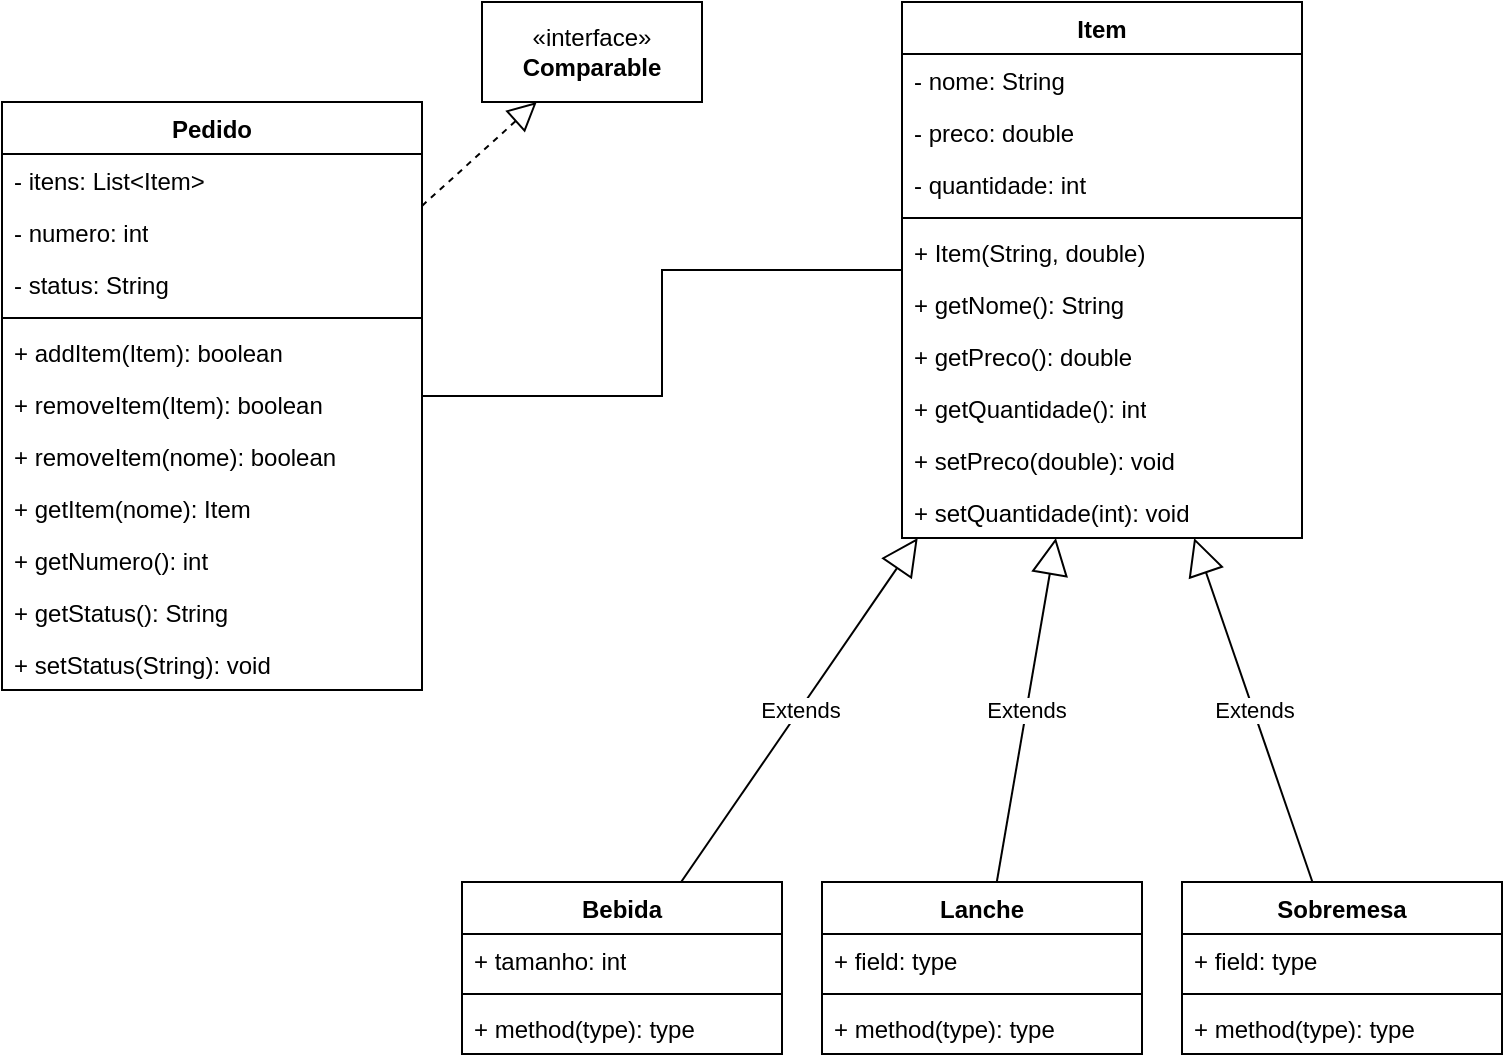
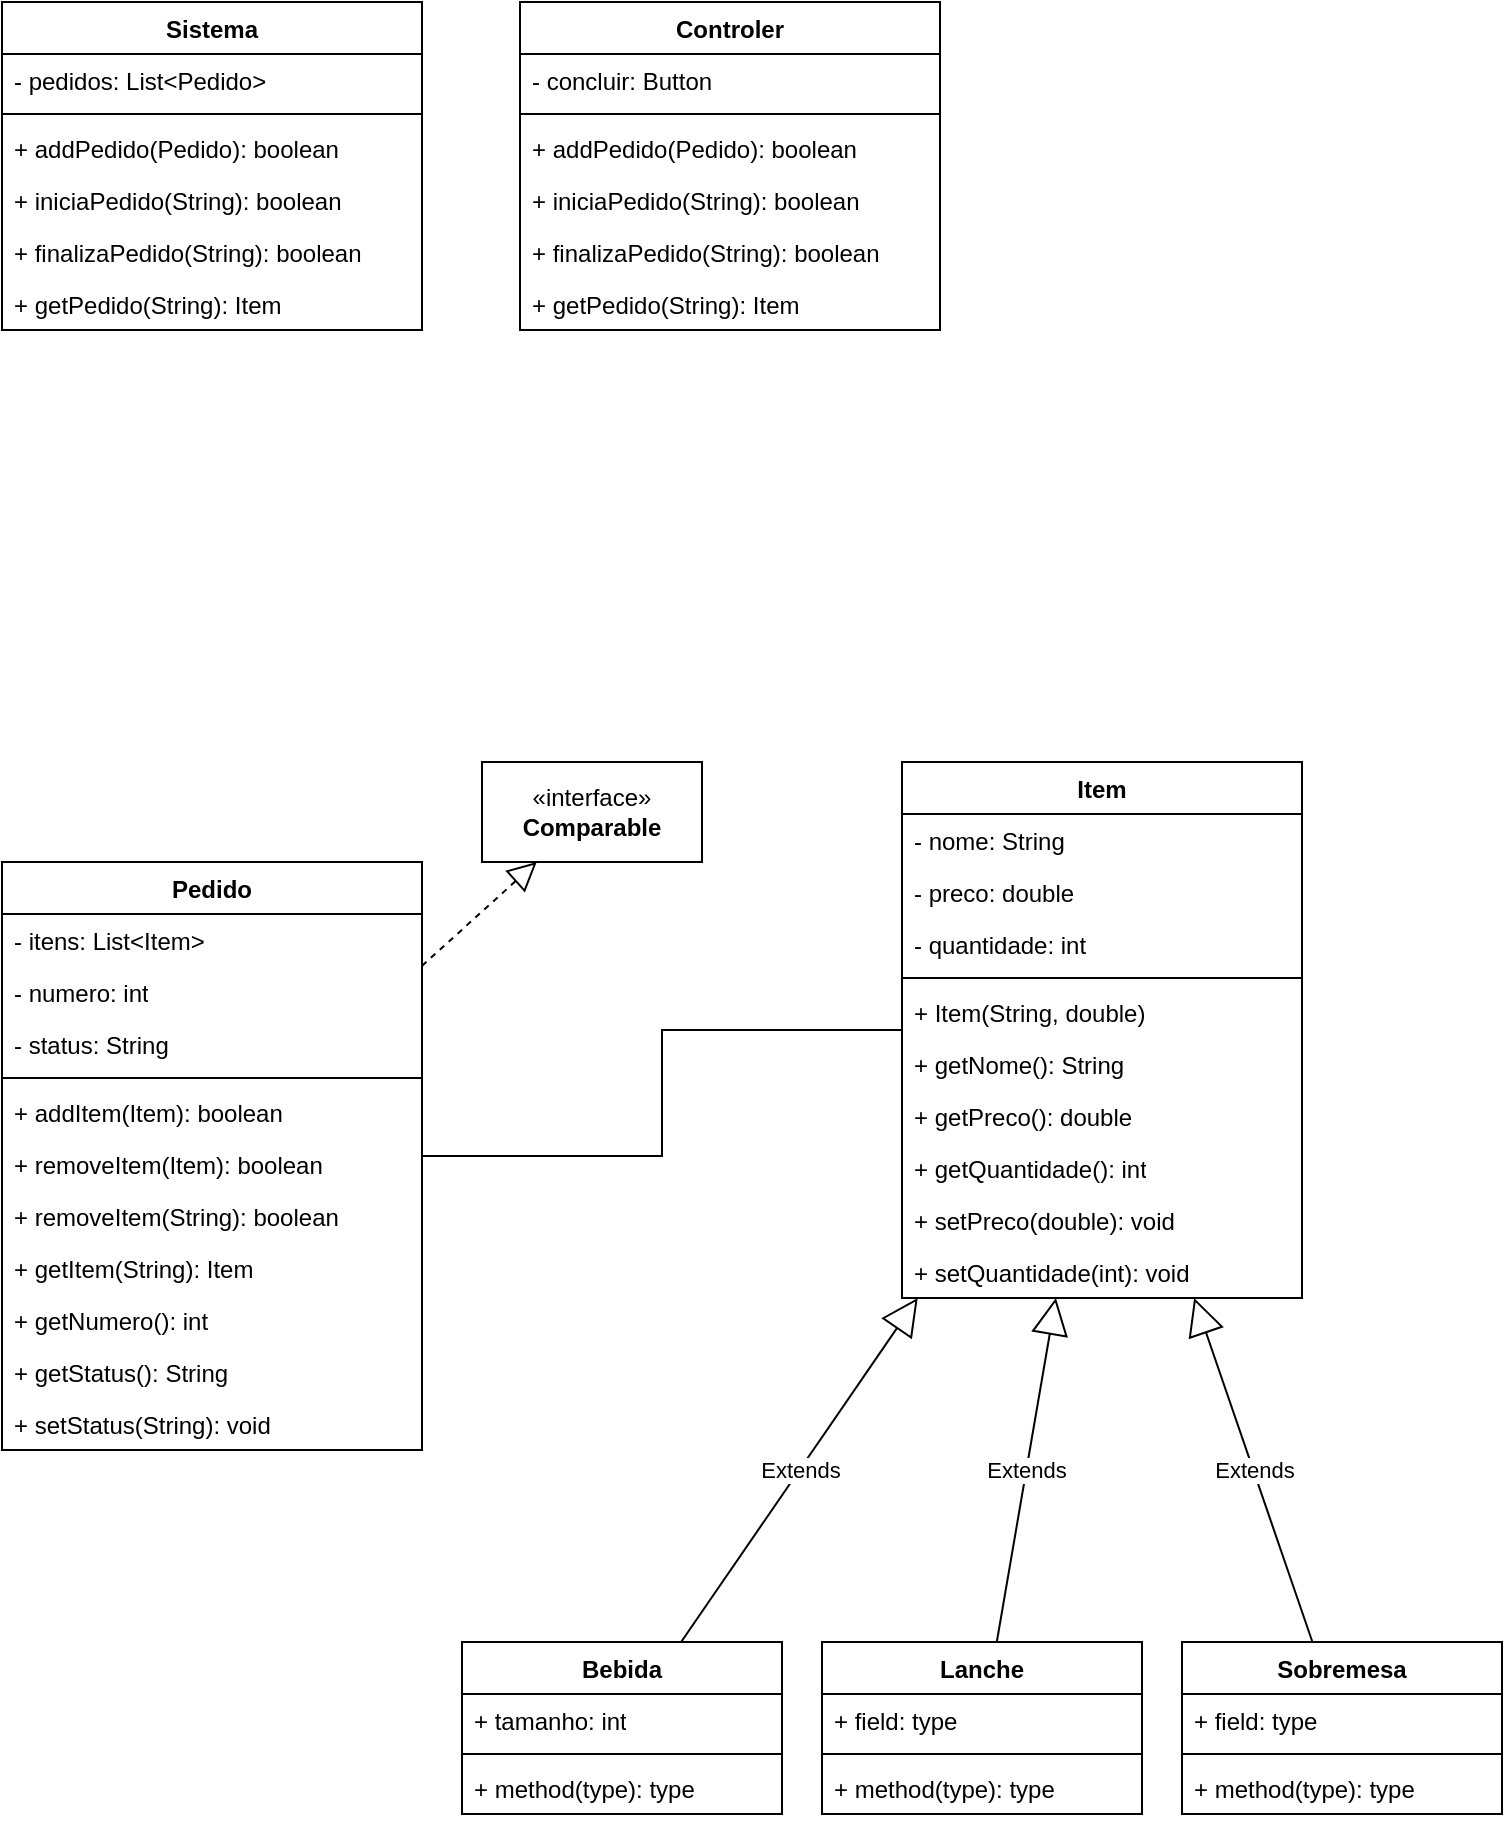
<mxfile host="app.diagrams.net">
-   <diagram name="Página-1" id="6h8v7PlQMFVB8LnnwhsX">
-     <mxGraphModel dx="1414" dy="751" grid="1" gridSize="10" guides="1" tooltips="1" connect="1" arrows="1" fold="1" page="1" pageScale="1" pageWidth="827" pageHeight="1169" math="0" shadow="0">
+   <diagram name="Página-1" id="jNs72yhXKcMqPKJzJHXG">
+     <mxGraphModel dx="1212" dy="1830" grid="1" gridSize="10" guides="1" tooltips="1" connect="1" arrows="1" fold="1" page="1" pageScale="1" pageWidth="827" pageHeight="1169" math="0" shadow="0">
      <root>
        <mxCell id="0" />
        <mxCell id="1" parent="0" />
-         <mxCell id="EIRSMwzCcxuB0PfBMhbI-1" parent="1" style="swimlane;fontStyle=1;align=center;verticalAlign=top;childLayout=stackLayout;horizontal=1;startSize=26;horizontalStack=0;resizeParent=1;resizeParentMax=0;resizeLast=0;collapsible=1;marginBottom=0;whiteSpace=wrap;html=1;" value="Item" vertex="1">
+         <mxCell id="DgY2wGzSjbsfSpBDB3IR-1" parent="1" style="swimlane;fontStyle=1;align=center;verticalAlign=top;childLayout=stackLayout;horizontal=1;startSize=26;horizontalStack=0;resizeParent=1;resizeParentMax=0;resizeLast=0;collapsible=1;marginBottom=0;whiteSpace=wrap;html=1;" value="Item" vertex="1">
          <mxGeometry height="268" width="200" x="500" y="30" as="geometry" />
        </mxCell>
-         <mxCell id="EIRSMwzCcxuB0PfBMhbI-30" parent="EIRSMwzCcxuB0PfBMhbI-1" style="text;strokeColor=none;fillColor=none;align=left;verticalAlign=top;spacingLeft=4;spacingRight=4;overflow=hidden;rotatable=0;points=[[0,0.5],[1,0.5]];portConstraint=eastwest;whiteSpace=wrap;html=1;" value="- nome: String" vertex="1">
+         <mxCell id="DgY2wGzSjbsfSpBDB3IR-2" parent="DgY2wGzSjbsfSpBDB3IR-1" style="text;strokeColor=none;fillColor=none;align=left;verticalAlign=top;spacingLeft=4;spacingRight=4;overflow=hidden;rotatable=0;points=[[0,0.5],[1,0.5]];portConstraint=eastwest;whiteSpace=wrap;html=1;" value="- nome: String" vertex="1">
          <mxGeometry height="26" width="200" y="26" as="geometry" />
        </mxCell>
-         <mxCell id="EIRSMwzCcxuB0PfBMhbI-2" parent="EIRSMwzCcxuB0PfBMhbI-1" style="text;strokeColor=none;fillColor=none;align=left;verticalAlign=top;spacingLeft=4;spacingRight=4;overflow=hidden;rotatable=0;points=[[0,0.5],[1,0.5]];portConstraint=eastwest;whiteSpace=wrap;html=1;" value="- preco: double" vertex="1">
+         <mxCell id="DgY2wGzSjbsfSpBDB3IR-3" parent="DgY2wGzSjbsfSpBDB3IR-1" style="text;strokeColor=none;fillColor=none;align=left;verticalAlign=top;spacingLeft=4;spacingRight=4;overflow=hidden;rotatable=0;points=[[0,0.5],[1,0.5]];portConstraint=eastwest;whiteSpace=wrap;html=1;" value="- preco: double" vertex="1">
          <mxGeometry height="26" width="200" y="52" as="geometry" />
        </mxCell>
-         <mxCell id="EIRSMwzCcxuB0PfBMhbI-29" parent="EIRSMwzCcxuB0PfBMhbI-1" style="text;strokeColor=none;fillColor=none;align=left;verticalAlign=top;spacingLeft=4;spacingRight=4;overflow=hidden;rotatable=0;points=[[0,0.5],[1,0.5]];portConstraint=eastwest;whiteSpace=wrap;html=1;" value="- quantidade: int" vertex="1">
+         <mxCell id="DgY2wGzSjbsfSpBDB3IR-4" parent="DgY2wGzSjbsfSpBDB3IR-1" style="text;strokeColor=none;fillColor=none;align=left;verticalAlign=top;spacingLeft=4;spacingRight=4;overflow=hidden;rotatable=0;points=[[0,0.5],[1,0.5]];portConstraint=eastwest;whiteSpace=wrap;html=1;" value="- quantidade: int" vertex="1">
          <mxGeometry height="26" width="200" y="78" as="geometry" />
        </mxCell>
-         <mxCell id="EIRSMwzCcxuB0PfBMhbI-3" parent="EIRSMwzCcxuB0PfBMhbI-1" style="line;strokeWidth=1;fillColor=none;align=left;verticalAlign=middle;spacingTop=-1;spacingLeft=3;spacingRight=3;rotatable=0;labelPosition=right;points=[];portConstraint=eastwest;strokeColor=inherit;" value="" vertex="1">
+         <mxCell id="DgY2wGzSjbsfSpBDB3IR-5" parent="DgY2wGzSjbsfSpBDB3IR-1" style="line;strokeWidth=1;fillColor=none;align=left;verticalAlign=middle;spacingTop=-1;spacingLeft=3;spacingRight=3;rotatable=0;labelPosition=right;points=[];portConstraint=eastwest;strokeColor=inherit;" value="" vertex="1">
          <mxGeometry height="8" width="200" y="104" as="geometry" />
        </mxCell>
-         <mxCell id="EIRSMwzCcxuB0PfBMhbI-39" parent="EIRSMwzCcxuB0PfBMhbI-1" style="text;strokeColor=none;fillColor=none;align=left;verticalAlign=top;spacingLeft=4;spacingRight=4;overflow=hidden;rotatable=0;points=[[0,0.5],[1,0.5]];portConstraint=eastwest;whiteSpace=wrap;html=1;" value="+ Item(String, double)" vertex="1">
+         <mxCell id="DgY2wGzSjbsfSpBDB3IR-6" parent="DgY2wGzSjbsfSpBDB3IR-1" style="text;strokeColor=none;fillColor=none;align=left;verticalAlign=top;spacingLeft=4;spacingRight=4;overflow=hidden;rotatable=0;points=[[0,0.5],[1,0.5]];portConstraint=eastwest;whiteSpace=wrap;html=1;" value="+ Item(String, double)" vertex="1">
          <mxGeometry height="26" width="200" y="112" as="geometry" />
        </mxCell>
-         <mxCell id="EIRSMwzCcxuB0PfBMhbI-4" parent="EIRSMwzCcxuB0PfBMhbI-1" style="text;strokeColor=none;fillColor=none;align=left;verticalAlign=top;spacingLeft=4;spacingRight=4;overflow=hidden;rotatable=0;points=[[0,0.5],[1,0.5]];portConstraint=eastwest;whiteSpace=wrap;html=1;" value="+ getNome(): String" vertex="1">
+         <mxCell id="DgY2wGzSjbsfSpBDB3IR-7" parent="DgY2wGzSjbsfSpBDB3IR-1" style="text;strokeColor=none;fillColor=none;align=left;verticalAlign=top;spacingLeft=4;spacingRight=4;overflow=hidden;rotatable=0;points=[[0,0.5],[1,0.5]];portConstraint=eastwest;whiteSpace=wrap;html=1;" value="+ getNome(): String" vertex="1">
          <mxGeometry height="26" width="200" y="138" as="geometry" />
        </mxCell>
-         <mxCell id="EIRSMwzCcxuB0PfBMhbI-40" parent="EIRSMwzCcxuB0PfBMhbI-1" style="text;strokeColor=none;fillColor=none;align=left;verticalAlign=top;spacingLeft=4;spacingRight=4;overflow=hidden;rotatable=0;points=[[0,0.5],[1,0.5]];portConstraint=eastwest;whiteSpace=wrap;html=1;" value="+ getPreco(): double" vertex="1">
+         <mxCell id="DgY2wGzSjbsfSpBDB3IR-8" parent="DgY2wGzSjbsfSpBDB3IR-1" style="text;strokeColor=none;fillColor=none;align=left;verticalAlign=top;spacingLeft=4;spacingRight=4;overflow=hidden;rotatable=0;points=[[0,0.5],[1,0.5]];portConstraint=eastwest;whiteSpace=wrap;html=1;" value="+ getPreco(): double" vertex="1">
          <mxGeometry height="26" width="200" y="164" as="geometry" />
        </mxCell>
-         <mxCell id="EIRSMwzCcxuB0PfBMhbI-41" parent="EIRSMwzCcxuB0PfBMhbI-1" style="text;strokeColor=none;fillColor=none;align=left;verticalAlign=top;spacingLeft=4;spacingRight=4;overflow=hidden;rotatable=0;points=[[0,0.5],[1,0.5]];portConstraint=eastwest;whiteSpace=wrap;html=1;" value="+ getQuantidade(): int" vertex="1">
+         <mxCell id="DgY2wGzSjbsfSpBDB3IR-9" parent="DgY2wGzSjbsfSpBDB3IR-1" style="text;strokeColor=none;fillColor=none;align=left;verticalAlign=top;spacingLeft=4;spacingRight=4;overflow=hidden;rotatable=0;points=[[0,0.5],[1,0.5]];portConstraint=eastwest;whiteSpace=wrap;html=1;" value="+ getQuantidade(): int" vertex="1">
          <mxGeometry height="26" width="200" y="190" as="geometry" />
        </mxCell>
-         <mxCell id="EIRSMwzCcxuB0PfBMhbI-42" parent="EIRSMwzCcxuB0PfBMhbI-1" style="text;strokeColor=none;fillColor=none;align=left;verticalAlign=top;spacingLeft=4;spacingRight=4;overflow=hidden;rotatable=0;points=[[0,0.5],[1,0.5]];portConstraint=eastwest;whiteSpace=wrap;html=1;" value="+ setPreco(double): void" vertex="1">
+         <mxCell id="DgY2wGzSjbsfSpBDB3IR-10" parent="DgY2wGzSjbsfSpBDB3IR-1" style="text;strokeColor=none;fillColor=none;align=left;verticalAlign=top;spacingLeft=4;spacingRight=4;overflow=hidden;rotatable=0;points=[[0,0.5],[1,0.5]];portConstraint=eastwest;whiteSpace=wrap;html=1;" value="+ setPreco(double): void" vertex="1">
          <mxGeometry height="26" width="200" y="216" as="geometry" />
        </mxCell>
-         <mxCell id="EIRSMwzCcxuB0PfBMhbI-43" parent="EIRSMwzCcxuB0PfBMhbI-1" style="text;strokeColor=none;fillColor=none;align=left;verticalAlign=top;spacingLeft=4;spacingRight=4;overflow=hidden;rotatable=0;points=[[0,0.5],[1,0.5]];portConstraint=eastwest;whiteSpace=wrap;html=1;" value="+ setQuantidade(int): void" vertex="1">
+         <mxCell id="DgY2wGzSjbsfSpBDB3IR-11" parent="DgY2wGzSjbsfSpBDB3IR-1" style="text;strokeColor=none;fillColor=none;align=left;verticalAlign=top;spacingLeft=4;spacingRight=4;overflow=hidden;rotatable=0;points=[[0,0.5],[1,0.5]];portConstraint=eastwest;whiteSpace=wrap;html=1;" value="+ setQuantidade(int): void" vertex="1">
          <mxGeometry height="26" width="200" y="242" as="geometry" />
        </mxCell>
-         <mxCell id="EIRSMwzCcxuB0PfBMhbI-5" parent="1" style="swimlane;fontStyle=1;align=center;verticalAlign=top;childLayout=stackLayout;horizontal=1;startSize=26;horizontalStack=0;resizeParent=1;resizeParentMax=0;resizeLast=0;collapsible=1;marginBottom=0;whiteSpace=wrap;html=1;" value="Pedido" vertex="1">
+         <mxCell id="DgY2wGzSjbsfSpBDB3IR-12" parent="1" style="swimlane;fontStyle=1;align=center;verticalAlign=top;childLayout=stackLayout;horizontal=1;startSize=26;horizontalStack=0;resizeParent=1;resizeParentMax=0;resizeLast=0;collapsible=1;marginBottom=0;whiteSpace=wrap;html=1;" value="Pedido" vertex="1">
          <mxGeometry height="294" width="210" x="50" y="80" as="geometry" />
        </mxCell>
-         <mxCell id="EIRSMwzCcxuB0PfBMhbI-6" parent="EIRSMwzCcxuB0PfBMhbI-5" style="text;strokeColor=none;fillColor=none;align=left;verticalAlign=top;spacingLeft=4;spacingRight=4;overflow=hidden;rotatable=0;points=[[0,0.5],[1,0.5]];portConstraint=eastwest;whiteSpace=wrap;html=1;" value="- itens: List&amp;lt;Item&amp;gt;" vertex="1">
+         <mxCell id="DgY2wGzSjbsfSpBDB3IR-13" parent="DgY2wGzSjbsfSpBDB3IR-12" style="text;strokeColor=none;fillColor=none;align=left;verticalAlign=top;spacingLeft=4;spacingRight=4;overflow=hidden;rotatable=0;points=[[0,0.5],[1,0.5]];portConstraint=eastwest;whiteSpace=wrap;html=1;" value="- itens: List&amp;lt;Item&amp;gt;" vertex="1">
          <mxGeometry height="26" width="210" y="26" as="geometry" />
        </mxCell>
-         <mxCell id="EIRSMwzCcxuB0PfBMhbI-12" parent="EIRSMwzCcxuB0PfBMhbI-5" style="text;strokeColor=none;fillColor=none;align=left;verticalAlign=top;spacingLeft=4;spacingRight=4;overflow=hidden;rotatable=0;points=[[0,0.5],[1,0.5]];portConstraint=eastwest;whiteSpace=wrap;html=1;" value="- numero: int" vertex="1">
+         <mxCell id="DgY2wGzSjbsfSpBDB3IR-14" parent="DgY2wGzSjbsfSpBDB3IR-12" style="text;strokeColor=none;fillColor=none;align=left;verticalAlign=top;spacingLeft=4;spacingRight=4;overflow=hidden;rotatable=0;points=[[0,0.5],[1,0.5]];portConstraint=eastwest;whiteSpace=wrap;html=1;" value="- numero: int" vertex="1">
          <mxGeometry height="26" width="210" y="52" as="geometry" />
        </mxCell>
-         <mxCell id="EIRSMwzCcxuB0PfBMhbI-13" parent="EIRSMwzCcxuB0PfBMhbI-5" style="text;strokeColor=none;fillColor=none;align=left;verticalAlign=top;spacingLeft=4;spacingRight=4;overflow=hidden;rotatable=0;points=[[0,0.5],[1,0.5]];portConstraint=eastwest;whiteSpace=wrap;html=1;" value="- status: String" vertex="1">
+         <mxCell id="DgY2wGzSjbsfSpBDB3IR-15" parent="DgY2wGzSjbsfSpBDB3IR-12" style="text;strokeColor=none;fillColor=none;align=left;verticalAlign=top;spacingLeft=4;spacingRight=4;overflow=hidden;rotatable=0;points=[[0,0.5],[1,0.5]];portConstraint=eastwest;whiteSpace=wrap;html=1;" value="- status: String" vertex="1">
          <mxGeometry height="26" width="210" y="78" as="geometry" />
        </mxCell>
-         <mxCell id="EIRSMwzCcxuB0PfBMhbI-7" parent="EIRSMwzCcxuB0PfBMhbI-5" style="line;strokeWidth=1;fillColor=none;align=left;verticalAlign=middle;spacingTop=-1;spacingLeft=3;spacingRight=3;rotatable=0;labelPosition=right;points=[];portConstraint=eastwest;strokeColor=inherit;" value="" vertex="1">
+         <mxCell id="DgY2wGzSjbsfSpBDB3IR-16" parent="DgY2wGzSjbsfSpBDB3IR-12" style="line;strokeWidth=1;fillColor=none;align=left;verticalAlign=middle;spacingTop=-1;spacingLeft=3;spacingRight=3;rotatable=0;labelPosition=right;points=[];portConstraint=eastwest;strokeColor=inherit;" value="" vertex="1">
          <mxGeometry height="8" width="210" y="104" as="geometry" />
        </mxCell>
-         <mxCell id="EIRSMwzCcxuB0PfBMhbI-8" parent="EIRSMwzCcxuB0PfBMhbI-5" style="text;strokeColor=none;fillColor=none;align=left;verticalAlign=top;spacingLeft=4;spacingRight=4;overflow=hidden;rotatable=0;points=[[0,0.5],[1,0.5]];portConstraint=eastwest;whiteSpace=wrap;html=1;" value="+ addItem(Item): boolean" vertex="1">
+         <mxCell id="DgY2wGzSjbsfSpBDB3IR-17" parent="DgY2wGzSjbsfSpBDB3IR-12" style="text;strokeColor=none;fillColor=none;align=left;verticalAlign=top;spacingLeft=4;spacingRight=4;overflow=hidden;rotatable=0;points=[[0,0.5],[1,0.5]];portConstraint=eastwest;whiteSpace=wrap;html=1;" value="+ addItem(Item): boolean" vertex="1">
          <mxGeometry height="26" width="210" y="112" as="geometry" />
        </mxCell>
-         <mxCell id="EIRSMwzCcxuB0PfBMhbI-31" parent="EIRSMwzCcxuB0PfBMhbI-5" style="text;strokeColor=none;fillColor=none;align=left;verticalAlign=top;spacingLeft=4;spacingRight=4;overflow=hidden;rotatable=0;points=[[0,0.5],[1,0.5]];portConstraint=eastwest;whiteSpace=wrap;html=1;" value="+ removeItem(Item): boolean" vertex="1">
+         <mxCell id="DgY2wGzSjbsfSpBDB3IR-18" parent="DgY2wGzSjbsfSpBDB3IR-12" style="text;strokeColor=none;fillColor=none;align=left;verticalAlign=top;spacingLeft=4;spacingRight=4;overflow=hidden;rotatable=0;points=[[0,0.5],[1,0.5]];portConstraint=eastwest;whiteSpace=wrap;html=1;" value="+ removeItem(Item): boolean" vertex="1">
          <mxGeometry height="26" width="210" y="138" as="geometry" />
        </mxCell>
-         <mxCell id="EIRSMwzCcxuB0PfBMhbI-32" parent="EIRSMwzCcxuB0PfBMhbI-5" style="text;strokeColor=none;fillColor=none;align=left;verticalAlign=top;spacingLeft=4;spacingRight=4;overflow=hidden;rotatable=0;points=[[0,0.5],[1,0.5]];portConstraint=eastwest;whiteSpace=wrap;html=1;" value="+ removeItem(nome): boolean" vertex="1">
+         <mxCell id="DgY2wGzSjbsfSpBDB3IR-19" parent="DgY2wGzSjbsfSpBDB3IR-12" style="text;strokeColor=none;fillColor=none;align=left;verticalAlign=top;spacingLeft=4;spacingRight=4;overflow=hidden;rotatable=0;points=[[0,0.5],[1,0.5]];portConstraint=eastwest;whiteSpace=wrap;html=1;" value="+ removeItem(String): boolean" vertex="1">
          <mxGeometry height="26" width="210" y="164" as="geometry" />
        </mxCell>
-         <mxCell id="EIRSMwzCcxuB0PfBMhbI-33" parent="EIRSMwzCcxuB0PfBMhbI-5" style="text;strokeColor=none;fillColor=none;align=left;verticalAlign=top;spacingLeft=4;spacingRight=4;overflow=hidden;rotatable=0;points=[[0,0.5],[1,0.5]];portConstraint=eastwest;whiteSpace=wrap;html=1;" value="+ getItem(nome): Item" vertex="1">
+         <mxCell id="DgY2wGzSjbsfSpBDB3IR-20" parent="DgY2wGzSjbsfSpBDB3IR-12" style="text;strokeColor=none;fillColor=none;align=left;verticalAlign=top;spacingLeft=4;spacingRight=4;overflow=hidden;rotatable=0;points=[[0,0.5],[1,0.5]];portConstraint=eastwest;whiteSpace=wrap;html=1;" value="+ getItem(String): Item" vertex="1">
          <mxGeometry height="26" width="210" y="190" as="geometry" />
        </mxCell>
-         <mxCell id="EIRSMwzCcxuB0PfBMhbI-36" parent="EIRSMwzCcxuB0PfBMhbI-5" style="text;strokeColor=none;fillColor=none;align=left;verticalAlign=top;spacingLeft=4;spacingRight=4;overflow=hidden;rotatable=0;points=[[0,0.5],[1,0.5]];portConstraint=eastwest;whiteSpace=wrap;html=1;" value="+ getNumero(): int" vertex="1">
+         <mxCell id="DgY2wGzSjbsfSpBDB3IR-21" parent="DgY2wGzSjbsfSpBDB3IR-12" style="text;strokeColor=none;fillColor=none;align=left;verticalAlign=top;spacingLeft=4;spacingRight=4;overflow=hidden;rotatable=0;points=[[0,0.5],[1,0.5]];portConstraint=eastwest;whiteSpace=wrap;html=1;" value="+ getNumero(): int" vertex="1">
          <mxGeometry height="26" width="210" y="216" as="geometry" />
        </mxCell>
-         <mxCell id="EIRSMwzCcxuB0PfBMhbI-37" parent="EIRSMwzCcxuB0PfBMhbI-5" style="text;strokeColor=none;fillColor=none;align=left;verticalAlign=top;spacingLeft=4;spacingRight=4;overflow=hidden;rotatable=0;points=[[0,0.5],[1,0.5]];portConstraint=eastwest;whiteSpace=wrap;html=1;" value="+ getStatus(): String" vertex="1">
+         <mxCell id="DgY2wGzSjbsfSpBDB3IR-22" parent="DgY2wGzSjbsfSpBDB3IR-12" style="text;strokeColor=none;fillColor=none;align=left;verticalAlign=top;spacingLeft=4;spacingRight=4;overflow=hidden;rotatable=0;points=[[0,0.5],[1,0.5]];portConstraint=eastwest;whiteSpace=wrap;html=1;" value="+ getStatus(): String" vertex="1">
          <mxGeometry height="26" width="210" y="242" as="geometry" />
        </mxCell>
-         <mxCell id="EIRSMwzCcxuB0PfBMhbI-38" parent="EIRSMwzCcxuB0PfBMhbI-5" style="text;strokeColor=none;fillColor=none;align=left;verticalAlign=top;spacingLeft=4;spacingRight=4;overflow=hidden;rotatable=0;points=[[0,0.5],[1,0.5]];portConstraint=eastwest;whiteSpace=wrap;html=1;" value="+ setStatus(String): void" vertex="1">
+         <mxCell id="DgY2wGzSjbsfSpBDB3IR-23" parent="DgY2wGzSjbsfSpBDB3IR-12" style="text;strokeColor=none;fillColor=none;align=left;verticalAlign=top;spacingLeft=4;spacingRight=4;overflow=hidden;rotatable=0;points=[[0,0.5],[1,0.5]];portConstraint=eastwest;whiteSpace=wrap;html=1;" value="+ setStatus(String): void" vertex="1">
          <mxGeometry height="26" width="210" y="268" as="geometry" />
        </mxCell>
-         <mxCell id="EIRSMwzCcxuB0PfBMhbI-9" edge="1" parent="1" source="EIRSMwzCcxuB0PfBMhbI-5" style="endArrow=none;html=1;edgeStyle=orthogonalEdgeStyle;rounded=0;" target="EIRSMwzCcxuB0PfBMhbI-1" value="">
+         <mxCell id="DgY2wGzSjbsfSpBDB3IR-24" edge="1" parent="1" source="DgY2wGzSjbsfSpBDB3IR-12" style="endArrow=none;html=1;edgeStyle=orthogonalEdgeStyle;rounded=0;" target="DgY2wGzSjbsfSpBDB3IR-1" value="">
          <mxGeometry relative="1" as="geometry">
            <mxPoint x="330" y="390" as="sourcePoint" />
            <mxPoint x="490" y="390" as="targetPoint" />
          </mxGeometry>
        </mxCell>
-         <mxCell id="EIRSMwzCcxuB0PfBMhbI-14" parent="1" style="swimlane;fontStyle=1;align=center;verticalAlign=top;childLayout=stackLayout;horizontal=1;startSize=26;horizontalStack=0;resizeParent=1;resizeParentMax=0;resizeLast=0;collapsible=1;marginBottom=0;whiteSpace=wrap;html=1;" value="Bebida" vertex="1">
+         <mxCell id="DgY2wGzSjbsfSpBDB3IR-25" parent="1" style="swimlane;fontStyle=1;align=center;verticalAlign=top;childLayout=stackLayout;horizontal=1;startSize=26;horizontalStack=0;resizeParent=1;resizeParentMax=0;resizeLast=0;collapsible=1;marginBottom=0;whiteSpace=wrap;html=1;" value="Bebida" vertex="1">
          <mxGeometry height="86" width="160" x="280" y="470" as="geometry" />
        </mxCell>
-         <mxCell id="EIRSMwzCcxuB0PfBMhbI-15" parent="EIRSMwzCcxuB0PfBMhbI-14" style="text;strokeColor=none;fillColor=none;align=left;verticalAlign=top;spacingLeft=4;spacingRight=4;overflow=hidden;rotatable=0;points=[[0,0.5],[1,0.5]];portConstraint=eastwest;whiteSpace=wrap;html=1;" value="+ tamanho: int" vertex="1">
+         <mxCell id="DgY2wGzSjbsfSpBDB3IR-26" parent="DgY2wGzSjbsfSpBDB3IR-25" style="text;strokeColor=none;fillColor=none;align=left;verticalAlign=top;spacingLeft=4;spacingRight=4;overflow=hidden;rotatable=0;points=[[0,0.5],[1,0.5]];portConstraint=eastwest;whiteSpace=wrap;html=1;" value="+ tamanho: int" vertex="1">
          <mxGeometry height="26" width="160" y="26" as="geometry" />
        </mxCell>
-         <mxCell id="EIRSMwzCcxuB0PfBMhbI-16" parent="EIRSMwzCcxuB0PfBMhbI-14" style="line;strokeWidth=1;fillColor=none;align=left;verticalAlign=middle;spacingTop=-1;spacingLeft=3;spacingRight=3;rotatable=0;labelPosition=right;points=[];portConstraint=eastwest;strokeColor=inherit;" value="" vertex="1">
+         <mxCell id="DgY2wGzSjbsfSpBDB3IR-27" parent="DgY2wGzSjbsfSpBDB3IR-25" style="line;strokeWidth=1;fillColor=none;align=left;verticalAlign=middle;spacingTop=-1;spacingLeft=3;spacingRight=3;rotatable=0;labelPosition=right;points=[];portConstraint=eastwest;strokeColor=inherit;" value="" vertex="1">
          <mxGeometry height="8" width="160" y="52" as="geometry" />
        </mxCell>
-         <mxCell id="EIRSMwzCcxuB0PfBMhbI-17" parent="EIRSMwzCcxuB0PfBMhbI-14" style="text;strokeColor=none;fillColor=none;align=left;verticalAlign=top;spacingLeft=4;spacingRight=4;overflow=hidden;rotatable=0;points=[[0,0.5],[1,0.5]];portConstraint=eastwest;whiteSpace=wrap;html=1;" value="+ method(type): type" vertex="1">
+         <mxCell id="DgY2wGzSjbsfSpBDB3IR-28" parent="DgY2wGzSjbsfSpBDB3IR-25" style="text;strokeColor=none;fillColor=none;align=left;verticalAlign=top;spacingLeft=4;spacingRight=4;overflow=hidden;rotatable=0;points=[[0,0.5],[1,0.5]];portConstraint=eastwest;whiteSpace=wrap;html=1;" value="+ method(type): type" vertex="1">
          <mxGeometry height="26" width="160" y="60" as="geometry" />
        </mxCell>
-         <mxCell id="EIRSMwzCcxuB0PfBMhbI-18" parent="1" style="swimlane;fontStyle=1;align=center;verticalAlign=top;childLayout=stackLayout;horizontal=1;startSize=26;horizontalStack=0;resizeParent=1;resizeParentMax=0;resizeLast=0;collapsible=1;marginBottom=0;whiteSpace=wrap;html=1;" value="Lanche" vertex="1">
+         <mxCell id="DgY2wGzSjbsfSpBDB3IR-29" parent="1" style="swimlane;fontStyle=1;align=center;verticalAlign=top;childLayout=stackLayout;horizontal=1;startSize=26;horizontalStack=0;resizeParent=1;resizeParentMax=0;resizeLast=0;collapsible=1;marginBottom=0;whiteSpace=wrap;html=1;" value="Lanche" vertex="1">
          <mxGeometry height="86" width="160" x="460" y="470" as="geometry" />
        </mxCell>
-         <mxCell id="EIRSMwzCcxuB0PfBMhbI-19" parent="EIRSMwzCcxuB0PfBMhbI-18" style="text;strokeColor=none;fillColor=none;align=left;verticalAlign=top;spacingLeft=4;spacingRight=4;overflow=hidden;rotatable=0;points=[[0,0.5],[1,0.5]];portConstraint=eastwest;whiteSpace=wrap;html=1;" value="+ field: type" vertex="1">
+         <mxCell id="DgY2wGzSjbsfSpBDB3IR-30" parent="DgY2wGzSjbsfSpBDB3IR-29" style="text;strokeColor=none;fillColor=none;align=left;verticalAlign=top;spacingLeft=4;spacingRight=4;overflow=hidden;rotatable=0;points=[[0,0.5],[1,0.5]];portConstraint=eastwest;whiteSpace=wrap;html=1;" value="+ field: type" vertex="1">
          <mxGeometry height="26" width="160" y="26" as="geometry" />
        </mxCell>
-         <mxCell id="EIRSMwzCcxuB0PfBMhbI-20" parent="EIRSMwzCcxuB0PfBMhbI-18" style="line;strokeWidth=1;fillColor=none;align=left;verticalAlign=middle;spacingTop=-1;spacingLeft=3;spacingRight=3;rotatable=0;labelPosition=right;points=[];portConstraint=eastwest;strokeColor=inherit;" value="" vertex="1">
+         <mxCell id="DgY2wGzSjbsfSpBDB3IR-31" parent="DgY2wGzSjbsfSpBDB3IR-29" style="line;strokeWidth=1;fillColor=none;align=left;verticalAlign=middle;spacingTop=-1;spacingLeft=3;spacingRight=3;rotatable=0;labelPosition=right;points=[];portConstraint=eastwest;strokeColor=inherit;" value="" vertex="1">
          <mxGeometry height="8" width="160" y="52" as="geometry" />
        </mxCell>
-         <mxCell id="EIRSMwzCcxuB0PfBMhbI-21" parent="EIRSMwzCcxuB0PfBMhbI-18" style="text;strokeColor=none;fillColor=none;align=left;verticalAlign=top;spacingLeft=4;spacingRight=4;overflow=hidden;rotatable=0;points=[[0,0.5],[1,0.5]];portConstraint=eastwest;whiteSpace=wrap;html=1;" value="+ method(type): type" vertex="1">
+         <mxCell id="DgY2wGzSjbsfSpBDB3IR-32" parent="DgY2wGzSjbsfSpBDB3IR-29" style="text;strokeColor=none;fillColor=none;align=left;verticalAlign=top;spacingLeft=4;spacingRight=4;overflow=hidden;rotatable=0;points=[[0,0.5],[1,0.5]];portConstraint=eastwest;whiteSpace=wrap;html=1;" value="+ method(type): type" vertex="1">
          <mxGeometry height="26" width="160" y="60" as="geometry" />
        </mxCell>
-         <mxCell id="EIRSMwzCcxuB0PfBMhbI-22" parent="1" style="swimlane;fontStyle=1;align=center;verticalAlign=top;childLayout=stackLayout;horizontal=1;startSize=26;horizontalStack=0;resizeParent=1;resizeParentMax=0;resizeLast=0;collapsible=1;marginBottom=0;whiteSpace=wrap;html=1;" value="Sobremesa" vertex="1">
+         <mxCell id="DgY2wGzSjbsfSpBDB3IR-33" parent="1" style="swimlane;fontStyle=1;align=center;verticalAlign=top;childLayout=stackLayout;horizontal=1;startSize=26;horizontalStack=0;resizeParent=1;resizeParentMax=0;resizeLast=0;collapsible=1;marginBottom=0;whiteSpace=wrap;html=1;" value="Sobremesa" vertex="1">
          <mxGeometry height="86" width="160" x="640" y="470" as="geometry" />
        </mxCell>
-         <mxCell id="EIRSMwzCcxuB0PfBMhbI-23" parent="EIRSMwzCcxuB0PfBMhbI-22" style="text;strokeColor=none;fillColor=none;align=left;verticalAlign=top;spacingLeft=4;spacingRight=4;overflow=hidden;rotatable=0;points=[[0,0.5],[1,0.5]];portConstraint=eastwest;whiteSpace=wrap;html=1;" value="+ field: type" vertex="1">
+         <mxCell id="DgY2wGzSjbsfSpBDB3IR-34" parent="DgY2wGzSjbsfSpBDB3IR-33" style="text;strokeColor=none;fillColor=none;align=left;verticalAlign=top;spacingLeft=4;spacingRight=4;overflow=hidden;rotatable=0;points=[[0,0.5],[1,0.5]];portConstraint=eastwest;whiteSpace=wrap;html=1;" value="+ field: type" vertex="1">
          <mxGeometry height="26" width="160" y="26" as="geometry" />
        </mxCell>
-         <mxCell id="EIRSMwzCcxuB0PfBMhbI-24" parent="EIRSMwzCcxuB0PfBMhbI-22" style="line;strokeWidth=1;fillColor=none;align=left;verticalAlign=middle;spacingTop=-1;spacingLeft=3;spacingRight=3;rotatable=0;labelPosition=right;points=[];portConstraint=eastwest;strokeColor=inherit;" value="" vertex="1">
+         <mxCell id="DgY2wGzSjbsfSpBDB3IR-35" parent="DgY2wGzSjbsfSpBDB3IR-33" style="line;strokeWidth=1;fillColor=none;align=left;verticalAlign=middle;spacingTop=-1;spacingLeft=3;spacingRight=3;rotatable=0;labelPosition=right;points=[];portConstraint=eastwest;strokeColor=inherit;" value="" vertex="1">
          <mxGeometry height="8" width="160" y="52" as="geometry" />
        </mxCell>
-         <mxCell id="EIRSMwzCcxuB0PfBMhbI-25" parent="EIRSMwzCcxuB0PfBMhbI-22" style="text;strokeColor=none;fillColor=none;align=left;verticalAlign=top;spacingLeft=4;spacingRight=4;overflow=hidden;rotatable=0;points=[[0,0.5],[1,0.5]];portConstraint=eastwest;whiteSpace=wrap;html=1;" value="+ method(type): type" vertex="1">
+         <mxCell id="DgY2wGzSjbsfSpBDB3IR-36" parent="DgY2wGzSjbsfSpBDB3IR-33" style="text;strokeColor=none;fillColor=none;align=left;verticalAlign=top;spacingLeft=4;spacingRight=4;overflow=hidden;rotatable=0;points=[[0,0.5],[1,0.5]];portConstraint=eastwest;whiteSpace=wrap;html=1;" value="+ method(type): type" vertex="1">
          <mxGeometry height="26" width="160" y="60" as="geometry" />
        </mxCell>
-         <mxCell id="EIRSMwzCcxuB0PfBMhbI-26" edge="1" parent="1" source="EIRSMwzCcxuB0PfBMhbI-14" style="endArrow=block;endSize=16;endFill=0;html=1;rounded=0;" target="EIRSMwzCcxuB0PfBMhbI-1" value="Extends">
+         <mxCell id="DgY2wGzSjbsfSpBDB3IR-37" edge="1" parent="1" source="DgY2wGzSjbsfSpBDB3IR-25" style="endArrow=block;endSize=16;endFill=0;html=1;rounded=0;" target="DgY2wGzSjbsfSpBDB3IR-1" value="Extends">
          <mxGeometry relative="1" width="160" as="geometry">
            <mxPoint x="330" y="390" as="sourcePoint" />
            <mxPoint x="490" y="390" as="targetPoint" />
          </mxGeometry>
        </mxCell>
-         <mxCell id="EIRSMwzCcxuB0PfBMhbI-27" edge="1" parent="1" source="EIRSMwzCcxuB0PfBMhbI-18" style="endArrow=block;endSize=16;endFill=0;html=1;rounded=0;" target="EIRSMwzCcxuB0PfBMhbI-1" value="Extends">
+         <mxCell id="DgY2wGzSjbsfSpBDB3IR-38" edge="1" parent="1" source="DgY2wGzSjbsfSpBDB3IR-29" style="endArrow=block;endSize=16;endFill=0;html=1;rounded=0;" target="DgY2wGzSjbsfSpBDB3IR-1" value="Extends">
          <mxGeometry relative="1" width="160" as="geometry">
            <mxPoint x="360" y="351" as="sourcePoint" />
            <mxPoint x="438" y="270" as="targetPoint" />
          </mxGeometry>
        </mxCell>
-         <mxCell id="EIRSMwzCcxuB0PfBMhbI-28" edge="1" parent="1" source="EIRSMwzCcxuB0PfBMhbI-22" style="endArrow=block;endSize=16;endFill=0;html=1;rounded=0;" target="EIRSMwzCcxuB0PfBMhbI-1" value="Extends">
+         <mxCell id="DgY2wGzSjbsfSpBDB3IR-39" edge="1" parent="1" source="DgY2wGzSjbsfSpBDB3IR-33" style="endArrow=block;endSize=16;endFill=0;html=1;rounded=0;" target="DgY2wGzSjbsfSpBDB3IR-1" value="Extends">
          <mxGeometry relative="1" width="160" as="geometry">
            <mxPoint x="420" y="381" as="sourcePoint" />
            <mxPoint x="498" y="300" as="targetPoint" />
          </mxGeometry>
        </mxCell>
-         <mxCell id="EIRSMwzCcxuB0PfBMhbI-44" parent="1" style="html=1;whiteSpace=wrap;" value="«interface»&lt;br&gt;&lt;b&gt;Comparable&lt;/b&gt;" vertex="1">
+         <mxCell id="DgY2wGzSjbsfSpBDB3IR-40" parent="1" style="html=1;whiteSpace=wrap;" value="«interface»&lt;br&gt;&lt;b&gt;Comparable&lt;/b&gt;" vertex="1">
          <mxGeometry height="50" width="110" x="290" y="30" as="geometry" />
        </mxCell>
-         <mxCell id="EIRSMwzCcxuB0PfBMhbI-45" edge="1" parent="1" source="EIRSMwzCcxuB0PfBMhbI-5" style="endArrow=block;dashed=1;endFill=0;endSize=12;html=1;rounded=0;" target="EIRSMwzCcxuB0PfBMhbI-44" value="">
+         <mxCell id="DgY2wGzSjbsfSpBDB3IR-41" edge="1" parent="1" source="DgY2wGzSjbsfSpBDB3IR-12" style="endArrow=block;dashed=1;endFill=0;endSize=12;html=1;rounded=0;" target="DgY2wGzSjbsfSpBDB3IR-40" value="">
          <mxGeometry relative="1" width="160" as="geometry">
            <mxPoint x="380" y="310" as="sourcePoint" />
            <mxPoint x="540" y="310" as="targetPoint" />
          </mxGeometry>
        </mxCell>
+         <mxCell id="DgY2wGzSjbsfSpBDB3IR-42" parent="1" style="swimlane;fontStyle=1;align=center;verticalAlign=top;childLayout=stackLayout;horizontal=1;startSize=26;horizontalStack=0;resizeParent=1;resizeParentMax=0;resizeLast=0;collapsible=1;marginBottom=0;whiteSpace=wrap;html=1;" value="Sistema" vertex="1">
+           <mxGeometry height="164" width="210" x="50" y="-350" as="geometry" />
+         </mxCell>
+         <mxCell id="DgY2wGzSjbsfSpBDB3IR-43" parent="DgY2wGzSjbsfSpBDB3IR-42" style="text;strokeColor=none;fillColor=none;align=left;verticalAlign=top;spacingLeft=4;spacingRight=4;overflow=hidden;rotatable=0;points=[[0,0.5],[1,0.5]];portConstraint=eastwest;whiteSpace=wrap;html=1;" value="- pedidos: List&amp;lt;Pedido&amp;gt;" vertex="1">
+           <mxGeometry height="26" width="210" y="26" as="geometry" />
+         </mxCell>
+         <mxCell id="DgY2wGzSjbsfSpBDB3IR-46" parent="DgY2wGzSjbsfSpBDB3IR-42" style="line;strokeWidth=1;fillColor=none;align=left;verticalAlign=middle;spacingTop=-1;spacingLeft=3;spacingRight=3;rotatable=0;labelPosition=right;points=[];portConstraint=eastwest;strokeColor=inherit;" value="" vertex="1">
+           <mxGeometry height="8" width="210" y="52" as="geometry" />
+         </mxCell>
+         <mxCell id="DgY2wGzSjbsfSpBDB3IR-47" parent="DgY2wGzSjbsfSpBDB3IR-42" style="text;strokeColor=none;fillColor=none;align=left;verticalAlign=top;spacingLeft=4;spacingRight=4;overflow=hidden;rotatable=0;points=[[0,0.5],[1,0.5]];portConstraint=eastwest;whiteSpace=wrap;html=1;" value="+ addPedido(Pedido): boolean" vertex="1">
+           <mxGeometry height="26" width="210" y="60" as="geometry" />
+         </mxCell>
+         <mxCell id="DgY2wGzSjbsfSpBDB3IR-49" parent="DgY2wGzSjbsfSpBDB3IR-42" style="text;strokeColor=none;fillColor=none;align=left;verticalAlign=top;spacingLeft=4;spacingRight=4;overflow=hidden;rotatable=0;points=[[0,0.5],[1,0.5]];portConstraint=eastwest;whiteSpace=wrap;html=1;" value="+ iniciaPedido(String): boolean" vertex="1">
+           <mxGeometry height="26" width="210" y="86" as="geometry" />
+         </mxCell>
+         <mxCell id="DgY2wGzSjbsfSpBDB3IR-54" parent="DgY2wGzSjbsfSpBDB3IR-42" style="text;strokeColor=none;fillColor=none;align=left;verticalAlign=top;spacingLeft=4;spacingRight=4;overflow=hidden;rotatable=0;points=[[0,0.5],[1,0.5]];portConstraint=eastwest;whiteSpace=wrap;html=1;" value="+ finalizaPedido(String): boolean" vertex="1">
+           <mxGeometry height="26" width="210" y="112" as="geometry" />
+         </mxCell>
+         <mxCell id="DgY2wGzSjbsfSpBDB3IR-50" parent="DgY2wGzSjbsfSpBDB3IR-42" style="text;strokeColor=none;fillColor=none;align=left;verticalAlign=top;spacingLeft=4;spacingRight=4;overflow=hidden;rotatable=0;points=[[0,0.5],[1,0.5]];portConstraint=eastwest;whiteSpace=wrap;html=1;" value="+ getPedido(String): Item" vertex="1">
+           <mxGeometry height="26" width="210" y="138" as="geometry" />
+         </mxCell>
+         <mxCell id="DgY2wGzSjbsfSpBDB3IR-55" parent="1" style="swimlane;fontStyle=1;align=center;verticalAlign=top;childLayout=stackLayout;horizontal=1;startSize=26;horizontalStack=0;resizeParent=1;resizeParentMax=0;resizeLast=0;collapsible=1;marginBottom=0;whiteSpace=wrap;html=1;" value="Controler" vertex="1">
+           <mxGeometry height="164" width="210" x="309" y="-350" as="geometry" />
+         </mxCell>
+         <mxCell id="DgY2wGzSjbsfSpBDB3IR-56" parent="DgY2wGzSjbsfSpBDB3IR-55" style="text;strokeColor=none;fillColor=none;align=left;verticalAlign=top;spacingLeft=4;spacingRight=4;overflow=hidden;rotatable=0;points=[[0,0.5],[1,0.5]];portConstraint=eastwest;whiteSpace=wrap;html=1;" value="- concluir: Button" vertex="1">
+           <mxGeometry height="26" width="210" y="26" as="geometry" />
+         </mxCell>
+         <mxCell id="DgY2wGzSjbsfSpBDB3IR-57" parent="DgY2wGzSjbsfSpBDB3IR-55" style="line;strokeWidth=1;fillColor=none;align=left;verticalAlign=middle;spacingTop=-1;spacingLeft=3;spacingRight=3;rotatable=0;labelPosition=right;points=[];portConstraint=eastwest;strokeColor=inherit;" value="" vertex="1">
+           <mxGeometry height="8" width="210" y="52" as="geometry" />
+         </mxCell>
+         <mxCell id="DgY2wGzSjbsfSpBDB3IR-58" parent="DgY2wGzSjbsfSpBDB3IR-55" style="text;strokeColor=none;fillColor=none;align=left;verticalAlign=top;spacingLeft=4;spacingRight=4;overflow=hidden;rotatable=0;points=[[0,0.5],[1,0.5]];portConstraint=eastwest;whiteSpace=wrap;html=1;" value="+ addPedido(Pedido): boolean" vertex="1">
+           <mxGeometry height="26" width="210" y="60" as="geometry" />
+         </mxCell>
+         <mxCell id="DgY2wGzSjbsfSpBDB3IR-59" parent="DgY2wGzSjbsfSpBDB3IR-55" style="text;strokeColor=none;fillColor=none;align=left;verticalAlign=top;spacingLeft=4;spacingRight=4;overflow=hidden;rotatable=0;points=[[0,0.5],[1,0.5]];portConstraint=eastwest;whiteSpace=wrap;html=1;" value="+ iniciaPedido(String): boolean" vertex="1">
+           <mxGeometry height="26" width="210" y="86" as="geometry" />
+         </mxCell>
+         <mxCell id="DgY2wGzSjbsfSpBDB3IR-60" parent="DgY2wGzSjbsfSpBDB3IR-55" style="text;strokeColor=none;fillColor=none;align=left;verticalAlign=top;spacingLeft=4;spacingRight=4;overflow=hidden;rotatable=0;points=[[0,0.5],[1,0.5]];portConstraint=eastwest;whiteSpace=wrap;html=1;" value="+ finalizaPedido(String): boolean" vertex="1">
+           <mxGeometry height="26" width="210" y="112" as="geometry" />
+         </mxCell>
+         <mxCell id="DgY2wGzSjbsfSpBDB3IR-61" parent="DgY2wGzSjbsfSpBDB3IR-55" style="text;strokeColor=none;fillColor=none;align=left;verticalAlign=top;spacingLeft=4;spacingRight=4;overflow=hidden;rotatable=0;points=[[0,0.5],[1,0.5]];portConstraint=eastwest;whiteSpace=wrap;html=1;" value="+ getPedido(String): Item" vertex="1">
+           <mxGeometry height="26" width="210" y="138" as="geometry" />
+         </mxCell>
      </root>
    </mxGraphModel>
  </diagram>
</mxfile>
